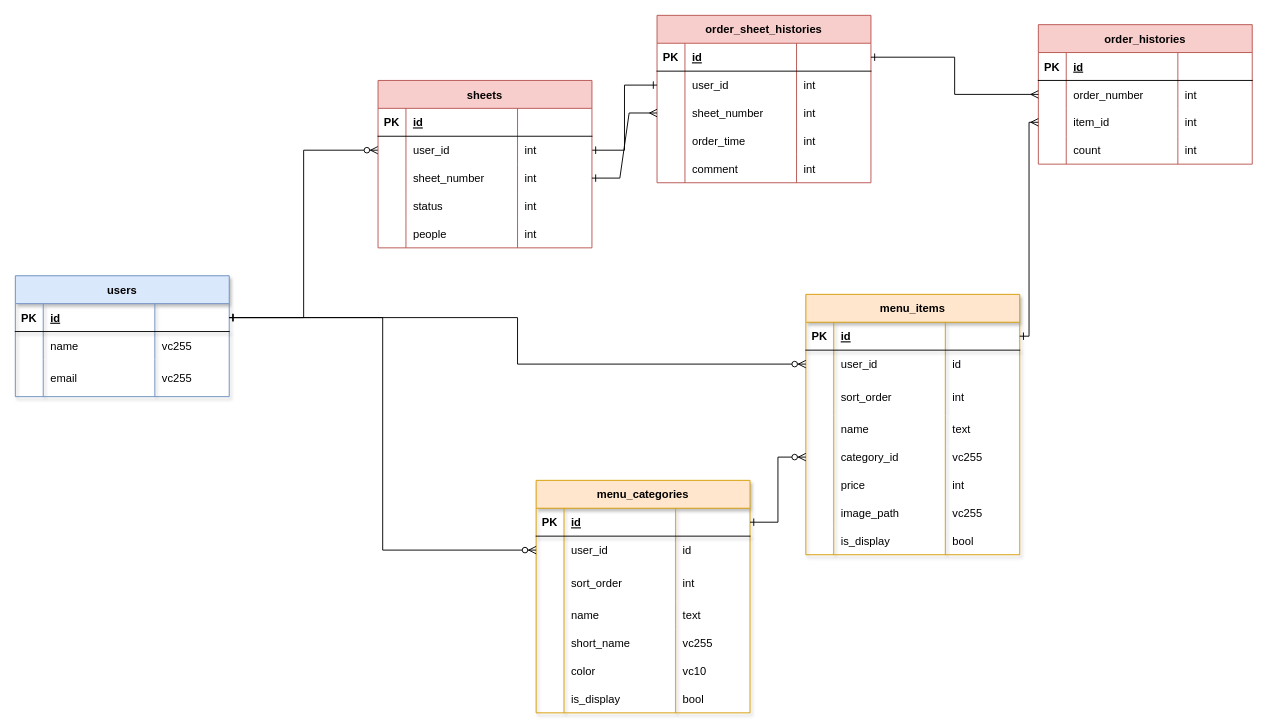
The draw.io diagram DB-ER.drawio in lafrin/haizen, before the edit. Source tidied: cells renumbered, new cells numbered last; positions are measured from the earlier drawing's top-left corner, leaving out a move shared by most shapes. Both pictures are drawn from the tidied source at 93%, with x=0, y=0 at pixel (15, 15).
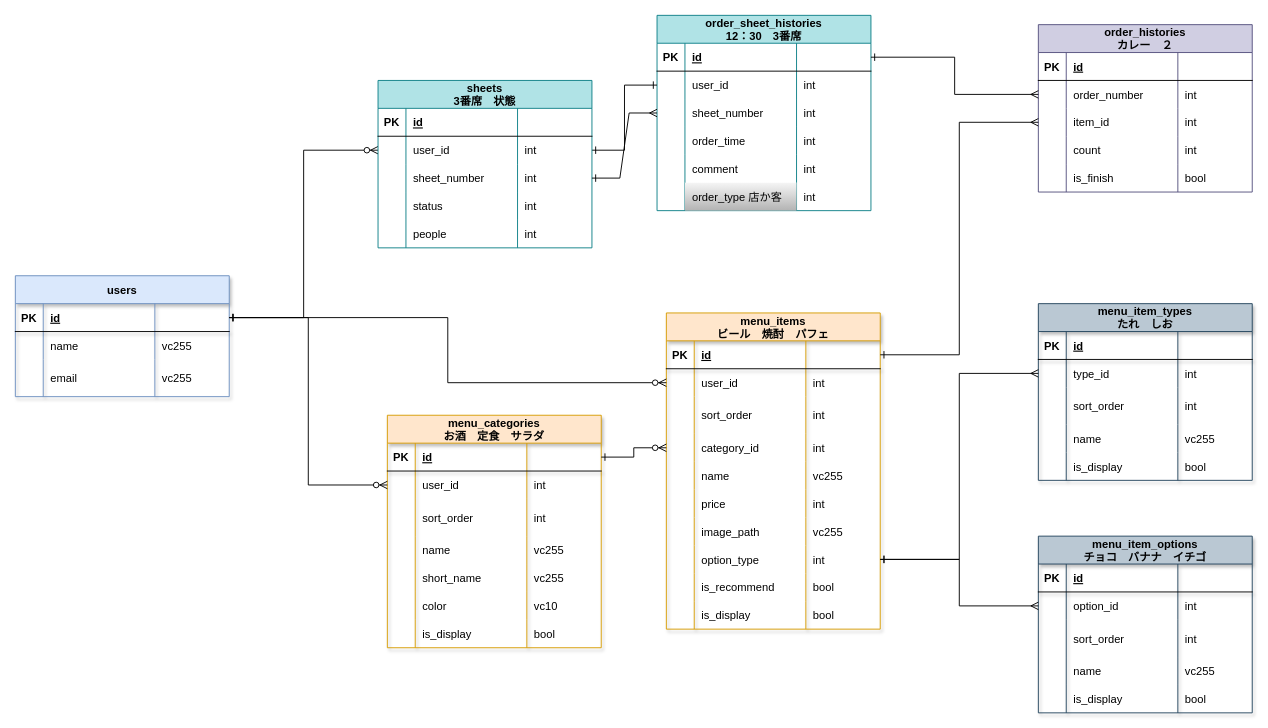
After the change.

Commit message (it also covers changes not shown here):
DB-ER.drawio を更新します

The change refers to these unchanged cells:
```xml
<mxCell id="28" style="shape=partialRectangle;fillColor=none;top=0;left=0;bottom=0;right=0;points=[[0,0.5],[1,0.5]];portConstraint=eastwest;shadow=1;" parent="23" vertex="1">
  <mxGeometry y="60" width="230" height="30" as="geometry" />
</mxCell>
<mxCell id="61" style="shape=partialRectangle;fillColor=none;top=0;left=0;bottom=0;right=0;points=[[0,0.5],[1,0.5]];portConstraint=eastwest;shadow=1;" parent="56" vertex="1">
  <mxGeometry y="60" width="230" height="30" as="geometry" />
</mxCell>
<mxCell id="69" style="shape=partialRectangle;fillColor=none;top=0;left=0;bottom=0;right=0;shadow=1;" parent="56" vertex="1">
  <mxGeometry y="130" width="230" height="30" as="geometry" />
</mxCell>
```

The edit, as a diff of the source:
```diff
@@
-    <mxCell id="2" value="order_sheet_histories" style="shape=table;startSize=30;childLayout=tableLayout;rowLines=0;fontStyle=1;align=center;fillColor=#f8cecc;strokeColor=#b85450;" parent="1" vertex="1">
-      <mxGeometry x="690" width="230" height="180" as="geometry" />
+    <mxCell id="2" value="order_sheet_histories&#10;12：30　3番席" style="shape=table;startSize=30;childLayout=tableLayout;rowLines=0;fontStyle=1;align=center;fillColor=#b0e3e6;strokeColor=#0e8088;" parent="1" vertex="1">
+      <mxGeometry x="690" width="230" height="210" as="geometry" />
     </mxCell>
@@
+    <mxCell id="144" style="shape=partialRectangle;fillColor=none;top=0;left=0;right=0;bottom=0;" parent="2" vertex="1">
+      <mxGeometry y="180" width="230" height="30" as="geometry" />
+    </mxCell>
+    <mxCell id="145" style="shape=partialRectangle;overflow=hidden;fillColor=none;top=0;left=0;bottom=0;right=0;" parent="144" vertex="1">
+      <mxGeometry width="30" height="30" as="geometry" />
+    </mxCell>
+    <mxCell id="146" value="order_type 店か客" style="shape=partialRectangle;overflow=hidden;fillColor=#f5f5f5;top=0;left=0;bottom=0;right=0;align=left;spacingLeft=6;gradientColor=#b3b3b3;strokeColor=#666666;" parent="144" vertex="1">
+      <mxGeometry x="30" width="120" height="30" as="geometry" />
+    </mxCell>
+    <mxCell id="147" value="int" style="shape=partialRectangle;overflow=hidden;fillColor=none;top=0;left=0;bottom=0;right=0;align=left;spacingLeft=6;" parent="144" vertex="1">
+      <mxGeometry x="150" width="80" height="30" as="geometry" />
+    </mxCell>
-    <mxCell id="23" value="menu_items" style="shape=table;startSize=30;childLayout=tableLayout;rowLines=0;fontStyle=1;align=center;shadow=1;fillColor=#ffe6cc;strokeColor=#d79b00;" parent="1" vertex="1">
-      <mxGeometry x="850" y="300" width="230" height="280" as="geometry" />
+    <mxCell id="23" value="menu_items&#10;ビール　焼酎　パフェ" style="shape=table;startSize=30;childLayout=tableLayout;rowLines=0;fontStyle=1;align=center;shadow=1;fillColor=#ffe6cc;strokeColor=#d79b00;" parent="1" vertex="1">
+      <mxGeometry x="700" y="320" width="230" height="340" as="geometry" />
     </mxCell>
@@
-    <mxCell id="31" value="id" style="shape=partialRectangle;fillColor=none;top=0;left=0;bottom=0;right=0;align=left;spacingLeft=6;overflow=hidden;shadow=1;" parent="28" vertex="1">
+    <mxCell id="31" value="int" style="shape=partialRectangle;fillColor=none;top=0;left=0;bottom=0;right=0;align=left;spacingLeft=6;overflow=hidden;shadow=1;" parent="28" vertex="1">
       <mxGeometry x="150" width="80" height="30" as="geometry" />
     </mxCell>
@@
+    <mxCell id="40" style="shape=partialRectangle;fillColor=none;top=0;left=0;bottom=0;right=0;points=[[0,0.5],[1,0.5]];portConstraint=eastwest;shadow=1;" parent="23" vertex="1">
+      <mxGeometry y="130" width="230" height="30" as="geometry" />
+    </mxCell>
+    <mxCell id="41" style="shape=partialRectangle;fillColor=none;top=0;left=0;bottom=0;right=0;overflow=hidden;shadow=1;" parent="40" vertex="1">
+      <mxGeometry width="30" height="30" as="geometry" />
+    </mxCell>
+    <mxCell id="42" value="category_id" style="shape=partialRectangle;fillColor=none;top=0;left=0;bottom=0;right=0;align=left;spacingLeft=6;overflow=hidden;shadow=1;" parent="40" vertex="1">
+      <mxGeometry x="30" width="120" height="30" as="geometry" />
+    </mxCell>
+    <mxCell id="43" value="int" style="shape=partialRectangle;fillColor=none;top=0;left=0;bottom=0;right=0;align=left;spacingLeft=6;overflow=hidden;shadow=1;" parent="40" vertex="1">
+      <mxGeometry x="150" width="80" height="30" as="geometry" />
+    </mxCell>
     <mxCell id="36" style="shape=partialRectangle;fillColor=none;top=0;left=0;bottom=0;right=0;shadow=1;" parent="23" vertex="1">
-      <mxGeometry y="130" width="230" height="30" as="geometry" />
+      <mxGeometry y="160" width="230" height="30" as="geometry" />
     </mxCell>
@@
-    <mxCell id="39" value="text" style="shape=partialRectangle;fillColor=none;top=0;left=0;bottom=0;right=0;align=left;spacingLeft=6;overflow=hidden;shadow=1;" parent="36" vertex="1">
+    <mxCell id="39" value="vc255" style="shape=partialRectangle;fillColor=none;top=0;left=0;bottom=0;right=0;align=left;spacingLeft=6;overflow=hidden;shadow=1;" parent="36" vertex="1">
       <mxGeometry x="150" width="80" height="30" as="geometry" />
     </mxCell>
-    <mxCell id="40" style="shape=partialRectangle;fillColor=none;top=0;left=0;bottom=0;right=0;points=[[0,0.5],[1,0.5]];portConstraint=eastwest;shadow=1;" parent="23" vertex="1">
-      <mxGeometry y="160" width="230" height="30" as="geometry" />
-    </mxCell>
-    <mxCell id="41" style="shape=partialRectangle;fillColor=none;top=0;left=0;bottom=0;right=0;overflow=hidden;shadow=1;" parent="40" vertex="1">
-      <mxGeometry width="30" height="30" as="geometry" />
-    </mxCell>
-    <mxCell id="42" value="category_id" style="shape=partialRectangle;fillColor=none;top=0;left=0;bottom=0;right=0;align=left;spacingLeft=6;overflow=hidden;shadow=1;" parent="40" vertex="1">
-      <mxGeometry x="30" width="120" height="30" as="geometry" />
-    </mxCell>
-    <mxCell id="43" value="vc255" style="shape=partialRectangle;fillColor=none;top=0;left=0;bottom=0;right=0;align=left;spacingLeft=6;overflow=hidden;shadow=1;" parent="40" vertex="1">
-      <mxGeometry x="150" width="80" height="30" as="geometry" />
-    </mxCell>
@@
+    <mxCell id="148" style="shape=partialRectangle;fillColor=none;top=0;left=0;bottom=0;right=0;points=[[0,0.5],[1,0.5]];portConstraint=eastwest;shadow=1;" parent="23" vertex="1">
+      <mxGeometry y="250" width="230" height="30" as="geometry" />
+    </mxCell>
+    <mxCell id="149" style="shape=partialRectangle;fillColor=none;top=0;left=0;bottom=0;right=0;overflow=hidden;shadow=1;" parent="148" vertex="1">
+      <mxGeometry width="30" height="30" as="geometry" />
+    </mxCell>
+    <mxCell id="150" value="option_type" style="shape=partialRectangle;fillColor=none;top=0;left=0;bottom=0;right=0;align=left;spacingLeft=6;overflow=hidden;shadow=1;" parent="148" vertex="1">
+      <mxGeometry x="30" width="120" height="30" as="geometry" />
+    </mxCell>
+    <mxCell id="151" value="int" style="shape=partialRectangle;fillColor=none;top=0;left=0;bottom=0;right=0;align=left;spacingLeft=6;overflow=hidden;shadow=1;" parent="148" vertex="1">
+      <mxGeometry x="150" width="80" height="30" as="geometry" />
+    </mxCell>
+    <mxCell id="152" style="shape=partialRectangle;fillColor=none;top=0;left=0;bottom=0;right=0;shadow=1;" parent="23" vertex="1">
+      <mxGeometry y="280" width="230" height="30" as="geometry" />
+    </mxCell>
+    <mxCell id="153" style="shape=partialRectangle;fillColor=none;top=0;left=0;bottom=0;right=0;overflow=hidden;shadow=1;" parent="152" vertex="1">
+      <mxGeometry width="30" height="30" as="geometry" />
+    </mxCell>
+    <mxCell id="154" value="is_recommend" style="shape=partialRectangle;fillColor=none;top=0;left=0;bottom=0;right=0;align=left;spacingLeft=6;overflow=hidden;shadow=1;" parent="152" vertex="1">
+      <mxGeometry x="30" width="120" height="30" as="geometry" />
+    </mxCell>
+    <mxCell id="155" value="bool" style="shape=partialRectangle;fillColor=none;top=0;left=0;bottom=0;right=0;align=left;spacingLeft=6;overflow=hidden;shadow=1;" parent="152" vertex="1">
+      <mxGeometry x="150" width="80" height="30" as="geometry" />
+    </mxCell>
     <mxCell id="52" style="shape=partialRectangle;fillColor=none;top=0;left=0;bottom=0;right=0;shadow=1;" parent="23" vertex="1">
-      <mxGeometry y="250" width="230" height="30" as="geometry" />
+      <mxGeometry y="310" width="230" height="30" as="geometry" />
     </mxCell>
@@
-    <mxCell id="56" value="menu_categories" style="shape=table;startSize=30;childLayout=tableLayout;rowLines=0;fontStyle=1;align=center;shadow=1;fillColor=#ffe6cc;strokeColor=#d79b00;" parent="1" vertex="1">
-      <mxGeometry x="560" y="500" width="230" height="250" as="geometry" />
+    <mxCell id="56" value="menu_categories&#10;お酒　定食　サラダ" style="shape=table;startSize=30;childLayout=tableLayout;rowLines=0;fontStyle=1;align=center;shadow=1;fillColor=#ffe6cc;strokeColor=#d79b00;" parent="1" vertex="1">
+      <mxGeometry x="400" y="430" width="230" height="250" as="geometry" />
     </mxCell>
@@
-    <mxCell id="64" value="id" style="shape=partialRectangle;fillColor=none;top=0;left=0;bottom=0;right=0;align=left;spacingLeft=6;overflow=hidden;shadow=1;" parent="61" vertex="1">
+    <mxCell id="64" value="int" style="shape=partialRectangle;fillColor=none;top=0;left=0;bottom=0;right=0;align=left;spacingLeft=6;overflow=hidden;shadow=1;" parent="61" vertex="1">
       <mxGeometry x="150" width="80" height="30" as="geometry" />
     </mxCell>
@@
-    <mxCell id="72" value="text" style="shape=partialRectangle;fillColor=none;top=0;left=0;bottom=0;right=0;align=left;spacingLeft=6;overflow=hidden;shadow=1;" parent="69" vertex="1">
+    <mxCell id="72" value="vc255" style="shape=partialRectangle;fillColor=none;top=0;left=0;bottom=0;right=0;align=left;spacingLeft=6;overflow=hidden;shadow=1;" parent="69" vertex="1">
       <mxGeometry x="150" width="80" height="30" as="geometry" />
     </mxCell>
@@
-    <mxCell id="103" value="sheets" style="shape=table;startSize=30;childLayout=tableLayout;rowLines=0;fontStyle=1;align=center;fillColor=#f8cecc;strokeColor=#b85450;" parent="1" vertex="1">
+    <mxCell id="103" value="sheets&#10;3番席　状態" style="shape=table;startSize=30;childLayout=tableLayout;rowLines=0;fontStyle=1;align=center;fillColor=#b0e3e6;strokeColor=#0e8088;" parent="1" vertex="1">
       <mxGeometry x="390" y="70" width="230" height="180" as="geometry" />
     </mxCell>
@@
-    <mxCell id="125" value="order_histories" style="shape=table;startSize=30;childLayout=tableLayout;rowLines=0;fontStyle=1;align=center;fillColor=#f8cecc;strokeColor=#b85450;" parent="1" vertex="1">
-      <mxGeometry x="1100" y="10" width="230" height="150" as="geometry" />
+    <mxCell id="125" value="order_histories&#10;カレー　２" style="shape=table;startSize=30;childLayout=tableLayout;rowLines=0;fontStyle=1;align=center;fillColor=#d0cee2;strokeColor=#56517e;" parent="1" vertex="1">
+      <mxGeometry x="1100" y="10" width="230" height="180" as="geometry" />
     </mxCell>
@@
+    <mxCell id="156" style="shape=partialRectangle;fillColor=none;top=0;left=0;right=0;bottom=0;" parent="125" vertex="1">
+      <mxGeometry y="150" width="230" height="30" as="geometry" />
+    </mxCell>
+    <mxCell id="157" style="shape=partialRectangle;overflow=hidden;fillColor=none;top=0;left=0;bottom=0;right=0;" parent="156" vertex="1">
+      <mxGeometry width="30" height="30" as="geometry" />
+    </mxCell>
+    <mxCell id="158" value="is_finish" style="shape=partialRectangle;overflow=hidden;fillColor=none;top=0;left=0;bottom=0;right=0;align=left;spacingLeft=6;" parent="156" vertex="1">
+      <mxGeometry x="30" width="120" height="30" as="geometry" />
+    </mxCell>
+    <mxCell id="159" value="bool" style="shape=partialRectangle;overflow=hidden;fillColor=none;top=0;left=0;bottom=0;right=0;align=left;spacingLeft=6;" parent="156" vertex="1">
+      <mxGeometry x="150" width="80" height="30" as="geometry" />
+    </mxCell>
@@
+    <mxCell id="160" value="menu_item_options&#10;チョコ　バナナ　イチゴ" style="shape=table;startSize=30;childLayout=tableLayout;rowLines=0;fontStyle=1;align=center;shadow=1;fillColor=#bac8d3;strokeColor=#23445d;" parent="1" vertex="1">
+      <mxGeometry x="1100" y="560" width="230" height="190" as="geometry" />
+    </mxCell>
+    <mxCell id="161" style="shape=partialRectangle;fillColor=none;top=0;left=0;bottom=1;right=0;shadow=1;" parent="160" vertex="1">
+      <mxGeometry y="30" width="230" height="30" as="geometry" />
+    </mxCell>
+    <mxCell id="162" value="PK" style="shape=partialRectangle;fillColor=none;top=0;left=0;bottom=0;right=0;fontStyle=1;overflow=hidden;shadow=1;" parent="161" vertex="1">
+      <mxGeometry width="30" height="30" as="geometry" />
+    </mxCell>
+    <mxCell id="163" value="id" style="shape=partialRectangle;fillColor=none;top=0;left=0;bottom=0;right=0;align=left;spacingLeft=6;fontStyle=5;overflow=hidden;shadow=1;" parent="161" vertex="1">
+      <mxGeometry x="30" width="120" height="30" as="geometry" />
+    </mxCell>
+    <mxCell id="164" style="shape=partialRectangle;fillColor=none;top=0;left=0;bottom=0;right=0;align=left;spacingLeft=6;fontStyle=5;overflow=hidden;shadow=1;" parent="161" vertex="1">
+      <mxGeometry x="150" width="80" height="30" as="geometry" />
+    </mxCell>
+    <mxCell id="165" style="shape=partialRectangle;fillColor=none;top=0;left=0;bottom=0;right=0;points=[[0,0.5],[1,0.5]];portConstraint=eastwest;shadow=1;" parent="160" vertex="1">
+      <mxGeometry y="60" width="230" height="30" as="geometry" />
+    </mxCell>
+    <mxCell id="166" style="shape=partialRectangle;fillColor=none;top=0;left=0;bottom=0;right=0;overflow=hidden;shadow=1;" parent="165" vertex="1">
+      <mxGeometry width="30" height="30" as="geometry" />
+    </mxCell>
+    <mxCell id="167" value="option_id" style="shape=partialRectangle;fillColor=none;top=0;left=0;bottom=0;right=0;align=left;spacingLeft=6;overflow=hidden;shadow=1;" parent="165" vertex="1">
+      <mxGeometry x="30" width="120" height="30" as="geometry" />
+    </mxCell>
+    <mxCell id="168" value="int" style="shape=partialRectangle;fillColor=none;top=0;left=0;bottom=0;right=0;align=left;spacingLeft=6;overflow=hidden;shadow=1;" parent="165" vertex="1">
+      <mxGeometry x="150" width="80" height="30" as="geometry" />
+    </mxCell>
+    <mxCell id="169" style="shape=partialRectangle;fillColor=none;top=0;left=0;bottom=0;right=0;shadow=1;" parent="160" vertex="1">
+      <mxGeometry y="90" width="230" height="40" as="geometry" />
+    </mxCell>
+    <mxCell id="170" style="shape=partialRectangle;fillColor=none;top=0;left=0;bottom=0;right=0;overflow=hidden;shadow=1;" parent="169" vertex="1">
+      <mxGeometry width="30" height="40" as="geometry" />
+    </mxCell>
+    <mxCell id="171" value="sort_order" style="shape=partialRectangle;fillColor=none;top=0;left=0;bottom=0;right=0;align=left;spacingLeft=6;overflow=hidden;shadow=1;" parent="169" vertex="1">
+      <mxGeometry x="30" width="120" height="40" as="geometry" />
+    </mxCell>
+    <mxCell id="172" value="int" style="shape=partialRectangle;fillColor=none;top=0;left=0;bottom=0;right=0;align=left;spacingLeft=6;overflow=hidden;shadow=1;" parent="169" vertex="1">
+      <mxGeometry x="150" width="80" height="40" as="geometry" />
+    </mxCell>
+    <mxCell id="173" style="shape=partialRectangle;fillColor=none;top=0;left=0;bottom=0;right=0;shadow=1;" parent="160" vertex="1">
+      <mxGeometry y="130" width="230" height="30" as="geometry" />
+    </mxCell>
+    <mxCell id="174" style="shape=partialRectangle;fillColor=none;top=0;left=0;bottom=0;right=0;overflow=hidden;shadow=1;" parent="173" vertex="1">
+      <mxGeometry width="30" height="30" as="geometry" />
+    </mxCell>
+    <mxCell id="175" value="name" style="shape=partialRectangle;fillColor=none;top=0;left=0;bottom=0;right=0;align=left;spacingLeft=6;overflow=hidden;shadow=1;" parent="173" vertex="1">
+      <mxGeometry x="30" width="120" height="30" as="geometry" />
+    </mxCell>
+    <mxCell id="176" value="vc255" style="shape=partialRectangle;fillColor=none;top=0;left=0;bottom=0;right=0;align=left;spacingLeft=6;overflow=hidden;shadow=1;" parent="173" vertex="1">
+      <mxGeometry x="150" width="80" height="30" as="geometry" />
+    </mxCell>
+    <mxCell id="177" style="shape=partialRectangle;fillColor=none;top=0;left=0;bottom=0;right=0;shadow=1;" parent="160" vertex="1">
+      <mxGeometry y="160" width="230" height="30" as="geometry" />
+    </mxCell>
+    <mxCell id="178" style="shape=partialRectangle;fillColor=none;top=0;left=0;bottom=0;right=0;overflow=hidden;shadow=1;" parent="177" vertex="1">
+      <mxGeometry width="30" height="30" as="geometry" />
+    </mxCell>
+    <mxCell id="179" value="is_display" style="shape=partialRectangle;fillColor=none;top=0;left=0;bottom=0;right=0;align=left;spacingLeft=6;overflow=hidden;shadow=1;" parent="177" vertex="1">
+      <mxGeometry x="30" width="120" height="30" as="geometry" />
+    </mxCell>
+    <mxCell id="180" value="bool" style="shape=partialRectangle;fillColor=none;top=0;left=0;bottom=0;right=0;align=left;spacingLeft=6;overflow=hidden;shadow=1;" parent="177" vertex="1">
+      <mxGeometry x="150" width="80" height="30" as="geometry" />
+    </mxCell>
+    <mxCell id="181" value="menu_item_types&#10;たれ　しお" style="shape=table;startSize=30;childLayout=tableLayout;rowLines=0;fontStyle=1;align=center;shadow=1;fillColor=#bac8d3;strokeColor=#23445d;" parent="1" vertex="1">
+      <mxGeometry x="1100" y="310" width="230" height="190" as="geometry" />
+    </mxCell>
+    <mxCell id="182" style="shape=partialRectangle;fillColor=none;top=0;left=0;bottom=1;right=0;shadow=1;" parent="181" vertex="1">
+      <mxGeometry y="30" width="230" height="30" as="geometry" />
+    </mxCell>
+    <mxCell id="183" value="PK" style="shape=partialRectangle;fillColor=none;top=0;left=0;bottom=0;right=0;fontStyle=1;overflow=hidden;shadow=1;" parent="182" vertex="1">
+      <mxGeometry width="30" height="30" as="geometry" />
+    </mxCell>
+    <mxCell id="184" value="id" style="shape=partialRectangle;fillColor=none;top=0;left=0;bottom=0;right=0;align=left;spacingLeft=6;fontStyle=5;overflow=hidden;shadow=1;" parent="182" vertex="1">
+      <mxGeometry x="30" width="120" height="30" as="geometry" />
+    </mxCell>
+    <mxCell id="185" style="shape=partialRectangle;fillColor=none;top=0;left=0;bottom=0;right=0;align=left;spacingLeft=6;fontStyle=5;overflow=hidden;shadow=1;" parent="182" vertex="1">
+      <mxGeometry x="150" width="80" height="30" as="geometry" />
+    </mxCell>
+    <mxCell id="186" style="shape=partialRectangle;fillColor=none;top=0;left=0;bottom=0;right=0;points=[[0,0.5],[1,0.5]];portConstraint=eastwest;shadow=1;" parent="181" vertex="1">
+      <mxGeometry y="60" width="230" height="30" as="geometry" />
+    </mxCell>
+    <mxCell id="187" style="shape=partialRectangle;fillColor=none;top=0;left=0;bottom=0;right=0;overflow=hidden;shadow=1;" parent="186" vertex="1">
+      <mxGeometry width="30" height="30" as="geometry" />
+    </mxCell>
+    <mxCell id="188" value="type_id" style="shape=partialRectangle;fillColor=none;top=0;left=0;bottom=0;right=0;align=left;spacingLeft=6;overflow=hidden;shadow=1;" parent="186" vertex="1">
+      <mxGeometry x="30" width="120" height="30" as="geometry" />
+    </mxCell>
+    <mxCell id="189" value="int" style="shape=partialRectangle;fillColor=none;top=0;left=0;bottom=0;right=0;align=left;spacingLeft=6;overflow=hidden;shadow=1;" parent="186" vertex="1">
+      <mxGeometry x="150" width="80" height="30" as="geometry" />
+    </mxCell>
+    <mxCell id="190" style="shape=partialRectangle;fillColor=none;top=0;left=0;bottom=0;right=0;shadow=1;" parent="181" vertex="1">
+      <mxGeometry y="90" width="230" height="40" as="geometry" />
+    </mxCell>
+    <mxCell id="191" style="shape=partialRectangle;fillColor=none;top=0;left=0;bottom=0;right=0;overflow=hidden;shadow=1;" parent="190" vertex="1">
+      <mxGeometry width="30" height="40" as="geometry" />
+    </mxCell>
+    <mxCell id="192" value="sort_order" style="shape=partialRectangle;fillColor=none;top=0;left=0;bottom=0;right=0;align=left;spacingLeft=6;overflow=hidden;shadow=1;" parent="190" vertex="1">
+      <mxGeometry x="30" width="120" height="40" as="geometry" />
+    </mxCell>
+    <mxCell id="193" value="int" style="shape=partialRectangle;fillColor=none;top=0;left=0;bottom=0;right=0;align=left;spacingLeft=6;overflow=hidden;shadow=1;" parent="190" vertex="1">
+      <mxGeometry x="150" width="80" height="40" as="geometry" />
+    </mxCell>
+    <mxCell id="194" style="shape=partialRectangle;fillColor=none;top=0;left=0;bottom=0;right=0;shadow=1;" parent="181" vertex="1">
+      <mxGeometry y="130" width="230" height="30" as="geometry" />
+    </mxCell>
+    <mxCell id="195" style="shape=partialRectangle;fillColor=none;top=0;left=0;bottom=0;right=0;overflow=hidden;shadow=1;" parent="194" vertex="1">
+      <mxGeometry width="30" height="30" as="geometry" />
+    </mxCell>
+    <mxCell id="196" value="name" style="shape=partialRectangle;fillColor=none;top=0;left=0;bottom=0;right=0;align=left;spacingLeft=6;overflow=hidden;shadow=1;" parent="194" vertex="1">
+      <mxGeometry x="30" width="120" height="30" as="geometry" />
+    </mxCell>
+    <mxCell id="197" value="vc255" style="shape=partialRectangle;fillColor=none;top=0;left=0;bottom=0;right=0;align=left;spacingLeft=6;overflow=hidden;shadow=1;" parent="194" vertex="1">
+      <mxGeometry x="150" width="80" height="30" as="geometry" />
+    </mxCell>
+    <mxCell id="198" style="shape=partialRectangle;fillColor=none;top=0;left=0;bottom=0;right=0;shadow=1;" parent="181" vertex="1">
+      <mxGeometry y="160" width="230" height="30" as="geometry" />
+    </mxCell>
+    <mxCell id="199" style="shape=partialRectangle;fillColor=none;top=0;left=0;bottom=0;right=0;overflow=hidden;shadow=1;" parent="198" vertex="1">
+      <mxGeometry width="30" height="30" as="geometry" />
+    </mxCell>
+    <mxCell id="200" value="is_display" style="shape=partialRectangle;fillColor=none;top=0;left=0;bottom=0;right=0;align=left;spacingLeft=6;overflow=hidden;shadow=1;" parent="198" vertex="1">
+      <mxGeometry x="30" width="120" height="30" as="geometry" />
+    </mxCell>
+    <mxCell id="201" value="bool" style="shape=partialRectangle;fillColor=none;top=0;left=0;bottom=0;right=0;align=left;spacingLeft=6;overflow=hidden;shadow=1;" parent="198" vertex="1">
+      <mxGeometry x="150" width="80" height="30" as="geometry" />
+    </mxCell>
+    <mxCell id="202" style="edgeStyle=elbowEdgeStyle;rounded=0;jettySize=auto;html=1;startArrow=ERone;startFill=0;endArrow=ERmany;endFill=0;" parent="1" edge="1" source="148" target="186">
+      <mxGeometry relative="1" as="geometry" />
+    </mxCell>
+    <mxCell id="203" style="edgeStyle=elbowEdgeStyle;rounded=0;jettySize=auto;html=1;startArrow=ERone;startFill=0;endArrow=ERmany;endFill=0;" parent="1" edge="1" source="148" target="165">
+      <mxGeometry relative="1" as="geometry" />
+    </mxCell>
```
